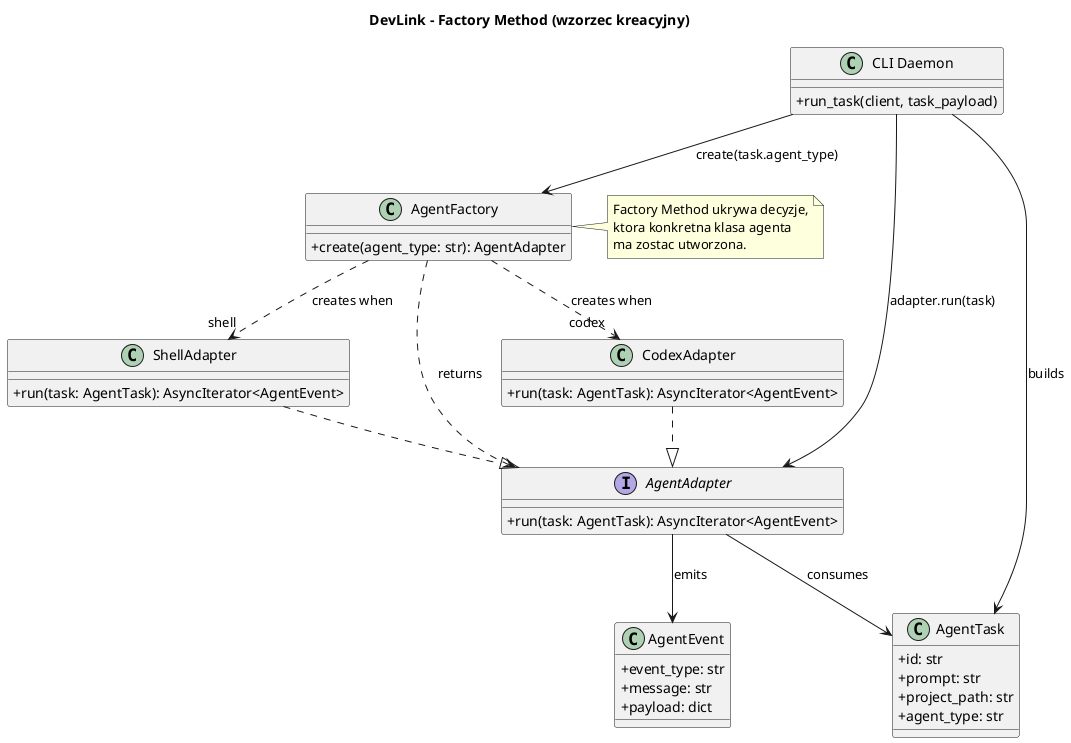
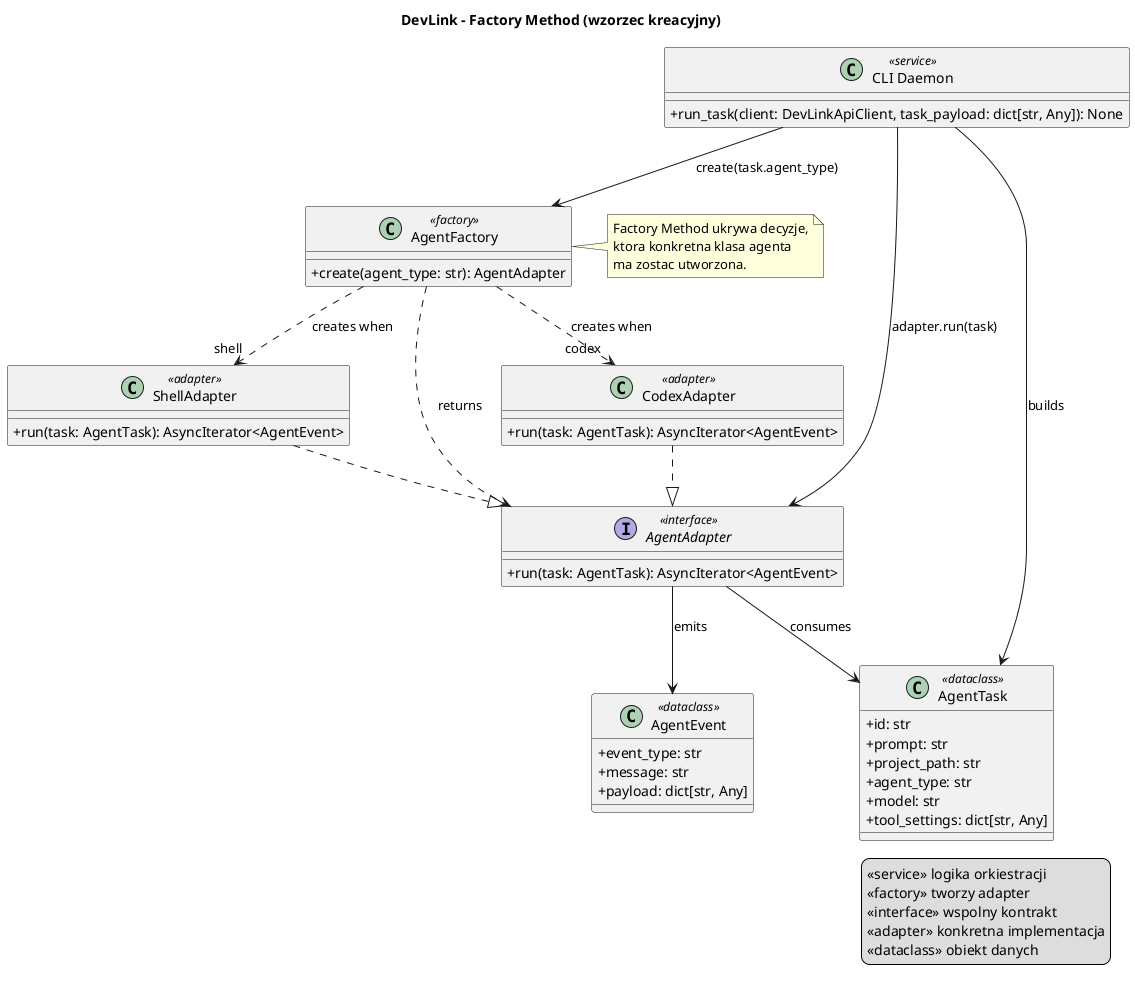
@startuml
title DevLink - Factory Method (wzorzec kreacyjny)

skinparam classAttributeIconSize 0
skinparam shadowing false
skinparam packageStyle rectangle

- class "CLI Daemon" as Daemon {
-   +run_task(client, task_payload)
+ class "CLI Daemon" as Daemon <<service>> {
+   +run_task(client: DevLinkApiClient, task_payload: dict[str, Any]): None
}

- class AgentFactory {
+ class AgentFactory <<factory>> {
  +create(agent_type: str): AgentAdapter
}

- interface AgentAdapter {
+ interface AgentAdapter <<interface>> {
  +run(task: AgentTask): AsyncIterator<AgentEvent>
}

- class CodexAdapter {
+ class CodexAdapter <<adapter>> {
  +run(task: AgentTask): AsyncIterator<AgentEvent>
}

- class ShellAdapter {
+ class ShellAdapter <<adapter>> {
  +run(task: AgentTask): AsyncIterator<AgentEvent>
}

- class AgentTask {
+ class AgentTask <<dataclass>> {
  +id: str
  +prompt: str
  +project_path: str
  +agent_type: str
+   +model: str
+   +tool_settings: dict[str, Any]
}

- class AgentEvent {
+ class AgentEvent <<dataclass>> {
  +event_type: str
  +message: str
-   +payload: dict
+   +payload: dict[str, Any]
}

Daemon --> AgentFactory : create(task.agent_type)
Daemon --> AgentAdapter : adapter.run(task)
Daemon --> AgentTask : builds

AgentFactory ..> CodexAdapter : creates when "codex"
AgentFactory ..> ShellAdapter : creates when "shell"
AgentFactory ..> AgentAdapter : returns

CodexAdapter ..|> AgentAdapter
ShellAdapter ..|> AgentAdapter

AgentAdapter --> AgentTask : consumes
AgentAdapter --> AgentEvent : emits

note right of AgentFactory
Factory Method ukrywa decyzje,
ktora konkretna klasa agenta
ma zostac utworzona.
end note

+ legend right
+   <<service>> logika orkiestracji
+   <<factory>> tworzy adapter
+   <<interface>> wspolny kontrakt
+   <<adapter>> konkretna implementacja
+   <<dataclass>> obiekt danych
+ endlegend
+ 
@enduml
- 
